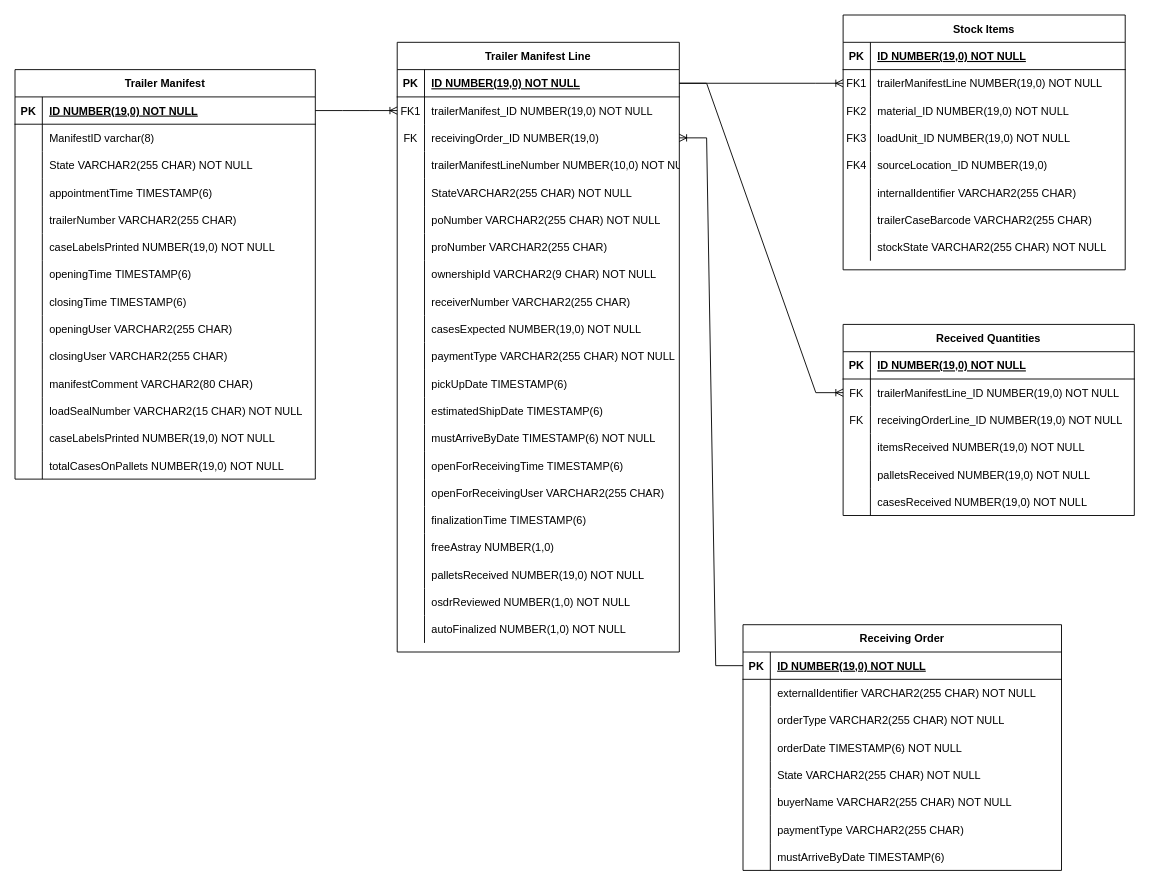
Before: receivers.drawio in itzelvigil/RepositorioPrueba, a draw.io diagram. Source tidied: cells renumbered, new cells numbered last; positions are measured from the earlier drawing's top-left corner, leaving out a move shared by most shapes. Both pictures are drawn from the tidied source at 91%, with x=0, y=0 at pixel (15, 15).
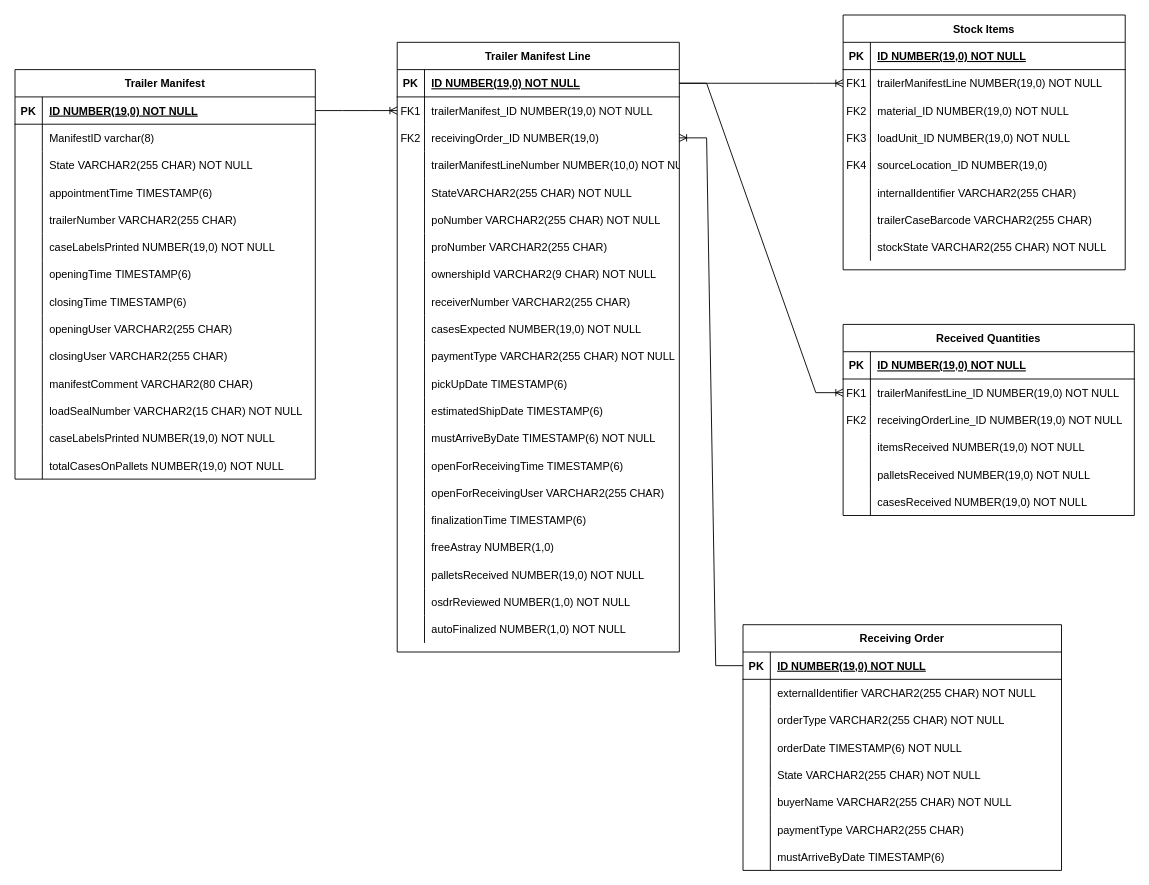
Above is the later version.

The change refers to these unchanged cells:
```xml
<mxCell id="9" style="shape=tableRow;horizontal=0;startSize=0;swimlaneHead=0;swimlaneBody=0;fillColor=none;points=[[0,0.5],[1,0.5]];portConstraint=eastwest;top=0;left=0;right=0;bottom=0;labelBackgroundColor=none;labelBorderColor=none;" parent="2" vertex="1">
  <mxGeometry y="90" width="310" height="30" as="geometry" />
</mxCell>
<mxCell id="139" style="shape=tableRow;horizontal=0;startSize=0;swimlaneHead=0;swimlaneBody=0;fillColor=none;points=[[0,0.5],[1,0.5]];portConstraint=eastwest;top=0;left=0;right=0;bottom=0;labelBackgroundColor=none;labelBorderColor=none;" parent="135" vertex="1">
  <mxGeometry y="60" width="320" height="30" as="geometry" />
</mxCell>
<mxCell id="142" style="shape=tableRow;horizontal=0;startSize=0;swimlaneHead=0;swimlaneBody=0;fillColor=none;top=0;left=0;right=0;bottom=0;labelBackgroundColor=none;labelBorderColor=none;" parent="135" vertex="1">
  <mxGeometry y="90" width="320" height="30" as="geometry" />
</mxCell>
```

Diff of the diagram source:
```diff
@@
-    <mxCell id="10" value="FK" style="shape=partialRectangle;fillColor=none;top=0;left=0;bottom=0;right=0;fontStyle=0;overflow=hidden;labelBackgroundColor=none;labelBorderColor=none;" parent="9" vertex="1">
+    <mxCell id="10" value="FK2" style="shape=partialRectangle;fillColor=none;top=0;left=0;bottom=0;right=0;fontStyle=0;overflow=hidden;labelBackgroundColor=none;labelBorderColor=none;" parent="9" vertex="1">
       <mxGeometry width="30" height="30" as="geometry" />
     </mxCell>
@@
-    <mxCell id="140" value="FK" style="shape=partialRectangle;fillColor=none;top=0;left=0;bottom=0;right=0;fontStyle=0;overflow=hidden;labelBackgroundColor=none;labelBorderColor=none;" parent="139" vertex="1">
+    <mxCell id="140" value="FK1" style="shape=partialRectangle;fillColor=none;top=0;left=0;bottom=0;right=0;fontStyle=0;overflow=hidden;labelBackgroundColor=none;labelBorderColor=none;" parent="139" vertex="1">
       <mxGeometry width="30" height="30" as="geometry" />
     </mxCell>
@@
-    <mxCell id="143" value="FK" style="shape=partialRectangle;fillColor=none;top=0;left=0;bottom=0;right=0;fontStyle=0;overflow=hidden;labelBackgroundColor=none;labelBorderColor=none;" parent="142" vertex="1">
+    <mxCell id="143" value="FK2" style="shape=partialRectangle;fillColor=none;top=0;left=0;bottom=0;right=0;fontStyle=0;overflow=hidden;labelBackgroundColor=none;labelBorderColor=none;" parent="142" vertex="1">
       <mxGeometry width="30" height="30" as="geometry" />
     </mxCell>
```
